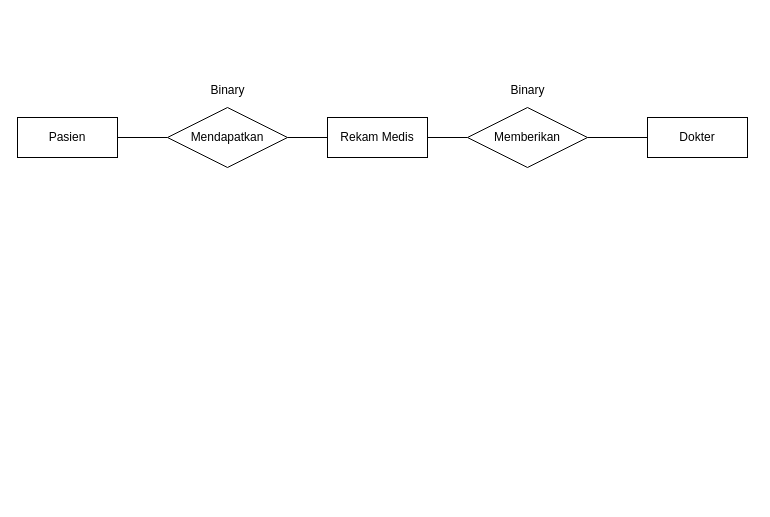
This is ERD.drawio from Sacrit38/CPP-Ponggame, a draw.io file, before an edit. Source tidied: cells renumbered, new cells numbered last; positions are measured from the earlier drawing's top-left corner, leaving out a move shared by most shapes. Both pictures are drawn from the tidied source at 100%, with x=0, y=0 at pixel (17, 75).
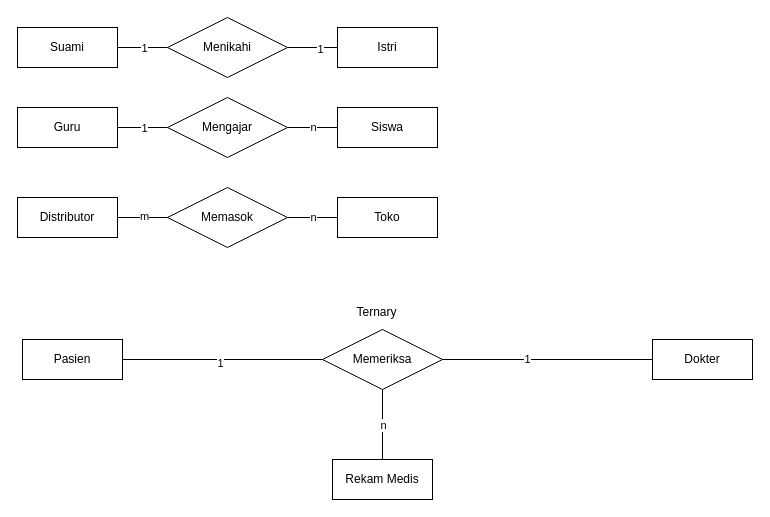
The same page after the edit.

Unchanged cells that the change refers to:
```xml
<mxCell id="9" style="edgeStyle=orthogonalEdgeStyle;rounded=0;jettySize=auto;html=1;entryX=0;entryY=0.5;entryDx=0;entryDy=0;endArrow=none;endFill=0;" parent="1" edge="1" source="10" target="6">
  <mxGeometry relative="1" as="geometry" />
</mxCell>
```

Diff of the diagram source:
```diff
@@
-    <mxCell id="2" style="edgeStyle=orthogonalEdgeStyle;rounded=0;jettySize=auto;html=1;entryX=0;entryY=0.5;entryDx=0;entryDy=0;endArrow=none;endFill=0;" parent="1" edge="1" source="3" target="8">
+    <mxCell id="2" style="edgeStyle=orthogonalEdgeStyle;rounded=0;jettySize=auto;html=1;entryX=0;entryY=0.5;entryDx=0;entryDy=0;endArrow=none;endFill=0;" parent="1" edge="1" source="3" target="10">
       <mxGeometry relative="1" as="geometry" />
     </mxCell>
+    <mxCell id="13" value="1" style="edgeLabel;html=1;align=center;verticalAlign=middle;" parent="2" vertex="1">
+      <mxGeometry x="-0.03" y="-3" relative="1" as="geometry" />
+    </mxCell>
     <mxCell id="3" value="Pasien" style="whiteSpace=wrap;html=1;align=center;" parent="1" vertex="1">
-      <mxGeometry y="42" width="100" height="40" as="geometry" />
+      <mxGeometry x="5" y="264" width="100" height="40" as="geometry" />
     </mxCell>
-    <mxCell id="4" style="edgeStyle=orthogonalEdgeStyle;rounded=0;jettySize=auto;html=1;entryX=0;entryY=0.5;entryDx=0;entryDy=0;endArrow=none;endFill=0;" parent="1" edge="1" source="5" target="10">
+    <mxCell id="4" style="edgeStyle=orthogonalEdgeStyle;rounded=0;jettySize=auto;html=1;entryX=0.5;entryY=1;entryDx=0;entryDy=0;endArrow=none;endFill=0;" parent="1" edge="1" source="5" target="10">
       <mxGeometry relative="1" as="geometry" />
     </mxCell>
+    <mxCell id="14" value="n" style="edgeLabel;html=1;align=center;verticalAlign=middle;" parent="4" vertex="1">
+      <mxGeometry relative="1" as="geometry" />
+    </mxCell>
     <mxCell id="5" value="Rekam Medis" style="whiteSpace=wrap;html=1;align=center;" parent="1" vertex="1">
-      <mxGeometry x="310" y="42" width="100" height="40" as="geometry" />
+      <mxGeometry x="315" y="384" width="100" height="40" as="geometry" />
     </mxCell>
     <mxCell id="6" value="Dokter" style="whiteSpace=wrap;html=1;align=center;" parent="1" vertex="1">
-      <mxGeometry x="630" y="42" width="100" height="40" as="geometry" />
+      <mxGeometry x="635" y="264" width="100" height="40" as="geometry" />
     </mxCell>
-    <mxCell id="7" style="edgeStyle=orthogonalEdgeStyle;rounded=0;jettySize=auto;html=1;entryX=0;entryY=0.5;entryDx=0;entryDy=0;endArrow=none;endFill=0;" parent="1" edge="1" source="8" target="5">
-      <mxGeometry relative="1" as="geometry" />
-    </mxCell>
-    <mxCell id="8" value="Mendapatkan" style="shape=rhombus;perimeter=rhombusPerimeter;whiteSpace=wrap;html=1;align=center;" parent="1" vertex="1">
-      <mxGeometry x="150" y="32" width="120" height="60" as="geometry" />
-    </mxCell>
@@
+    <mxCell id="15" value="1" style="edgeLabel;html=1;align=center;verticalAlign=middle;" parent="9" vertex="1">
+      <mxGeometry x="-0.2" y="1" relative="1" as="geometry" />
+    </mxCell>
-    <mxCell id="10" value="Memberikan" style="shape=rhombus;perimeter=rhombusPerimeter;whiteSpace=wrap;html=1;align=center;" parent="1" vertex="1">
-      <mxGeometry x="450" y="32" width="120" height="60" as="geometry" />
+    <mxCell id="10" value="Memeriksa" style="shape=rhombus;perimeter=rhombusPerimeter;whiteSpace=wrap;html=1;align=center;" parent="1" vertex="1">
+      <mxGeometry x="305" y="254" width="120" height="60" as="geometry" />
     </mxCell>
-    <mxCell id="11" value="Binary" style="text;html=1;align=center;verticalAlign=middle;strokeColor=none;fillColor=none;" parent="1" vertex="1">
-      <mxGeometry x="180" width="60" height="30" as="geometry" />
+    <mxCell id="11" value="Ternary" style="text;html=1;align=center;verticalAlign=middle;strokeColor=none;fillColor=none;" parent="1" vertex="1">
+      <mxGeometry x="329" y="222" width="60" height="30" as="geometry" />
     </mxCell>
-    <mxCell id="12" value="Binary" style="text;html=1;align=center;verticalAlign=middle;strokeColor=none;fillColor=none;" parent="1" vertex="1">
-      <mxGeometry x="480" width="60" height="30" as="geometry" />
-    </mxCell>
+    <mxCell id="16" style="edgeStyle=orthogonalEdgeStyle;rounded=0;jettySize=auto;html=1;entryX=0;entryY=0.5;entryDx=0;entryDy=0;endArrow=none;endFill=0;" parent="1" edge="1" source="18" target="22">
+      <mxGeometry relative="1" as="geometry" />
+    </mxCell>
+    <mxCell id="17" value="1" style="edgeLabel;html=1;align=center;verticalAlign=middle;" parent="16" vertex="1">
+      <mxGeometry x="0.04" relative="1" as="geometry" />
+    </mxCell>
+    <mxCell id="18" value="Suami" style="whiteSpace=wrap;html=1;align=center;" parent="1" vertex="1">
+      <mxGeometry y="-48" width="100" height="40" as="geometry" />
+    </mxCell>
+    <mxCell id="19" value="Istri" style="whiteSpace=wrap;html=1;align=center;" parent="1" vertex="1">
+      <mxGeometry x="320" y="-48" width="100" height="40" as="geometry" />
+    </mxCell>
+    <mxCell id="20" style="edgeStyle=orthogonalEdgeStyle;rounded=0;jettySize=auto;html=1;exitX=1;exitY=0.5;exitDx=0;exitDy=0;entryX=0;entryY=0.5;entryDx=0;entryDy=0;endArrow=none;endFill=0;" parent="1" edge="1" source="22" target="19">
+      <mxGeometry relative="1" as="geometry" />
+    </mxCell>
+    <mxCell id="21" value="1" style="edgeLabel;html=1;align=center;verticalAlign=middle;" parent="20" vertex="1">
+      <mxGeometry x="0.26" y="-1" relative="1" as="geometry" />
+    </mxCell>
+    <mxCell id="22" value="Menikahi" style="shape=rhombus;perimeter=rhombusPerimeter;whiteSpace=wrap;html=1;align=center;" parent="1" vertex="1">
+      <mxGeometry x="150" y="-58" width="120" height="60" as="geometry" />
+    </mxCell>
+    <mxCell id="23" style="edgeStyle=orthogonalEdgeStyle;rounded=0;jettySize=auto;html=1;entryX=0;entryY=0.5;entryDx=0;entryDy=0;endArrow=none;endFill=0;" parent="1" edge="1" source="25" target="29">
+      <mxGeometry relative="1" as="geometry" />
+    </mxCell>
+    <mxCell id="24" value="1" style="edgeLabel;html=1;align=center;verticalAlign=middle;" parent="23" vertex="1">
+      <mxGeometry x="0.04" relative="1" as="geometry" />
+    </mxCell>
+    <mxCell id="25" value="Guru" style="whiteSpace=wrap;html=1;align=center;" parent="1" vertex="1">
+      <mxGeometry y="32" width="100" height="40" as="geometry" />
+    </mxCell>
+    <mxCell id="26" value="Siswa" style="whiteSpace=wrap;html=1;align=center;" parent="1" vertex="1">
+      <mxGeometry x="320" y="32" width="100" height="40" as="geometry" />
+    </mxCell>
+    <mxCell id="27" style="edgeStyle=orthogonalEdgeStyle;rounded=0;jettySize=auto;html=1;exitX=1;exitY=0.5;exitDx=0;exitDy=0;entryX=0;entryY=0.5;entryDx=0;entryDy=0;endArrow=none;endFill=0;" parent="1" edge="1" source="29" target="26">
+      <mxGeometry relative="1" as="geometry" />
+    </mxCell>
+    <mxCell id="28" value="n" style="edgeLabel;html=1;align=center;verticalAlign=middle;" parent="27" vertex="1">
+      <mxGeometry y="1" relative="1" as="geometry" />
+    </mxCell>
+    <mxCell id="29" value="Mengajar" style="shape=rhombus;perimeter=rhombusPerimeter;whiteSpace=wrap;html=1;align=center;" parent="1" vertex="1">
+      <mxGeometry x="150" y="22" width="120" height="60" as="geometry" />
+    </mxCell>
+    <mxCell id="30" style="edgeStyle=orthogonalEdgeStyle;rounded=0;jettySize=auto;html=1;entryX=0;entryY=0.5;entryDx=0;entryDy=0;endArrow=none;endFill=0;" parent="1" edge="1" source="32" target="36">
+      <mxGeometry relative="1" as="geometry" />
+    </mxCell>
+    <mxCell id="31" value="m" style="edgeLabel;html=1;align=center;verticalAlign=middle;" parent="30" vertex="1">
+      <mxGeometry x="0.04" y="2" relative="1" as="geometry" />
+    </mxCell>
+    <mxCell id="32" value="Distributor" style="whiteSpace=wrap;html=1;align=center;" parent="1" vertex="1">
+      <mxGeometry y="122" width="100" height="40" as="geometry" />
+    </mxCell>
+    <mxCell id="33" value="Toko" style="whiteSpace=wrap;html=1;align=center;" parent="1" vertex="1">
+      <mxGeometry x="320" y="122" width="100" height="40" as="geometry" />
+    </mxCell>
+    <mxCell id="34" style="edgeStyle=orthogonalEdgeStyle;rounded=0;jettySize=auto;html=1;exitX=1;exitY=0.5;exitDx=0;exitDy=0;entryX=0;entryY=0.5;entryDx=0;entryDy=0;endArrow=none;endFill=0;" parent="1" edge="1" source="36" target="33">
+      <mxGeometry relative="1" as="geometry" />
+    </mxCell>
+    <mxCell id="35" value="n" style="edgeLabel;html=1;align=center;verticalAlign=middle;" parent="34" vertex="1">
+      <mxGeometry y="1" relative="1" as="geometry" />
+    </mxCell>
+    <mxCell id="36" value="Memasok" style="shape=rhombus;perimeter=rhombusPerimeter;whiteSpace=wrap;html=1;align=center;" parent="1" vertex="1">
+      <mxGeometry x="150" y="112" width="120" height="60" as="geometry" />
+    </mxCell>
```
